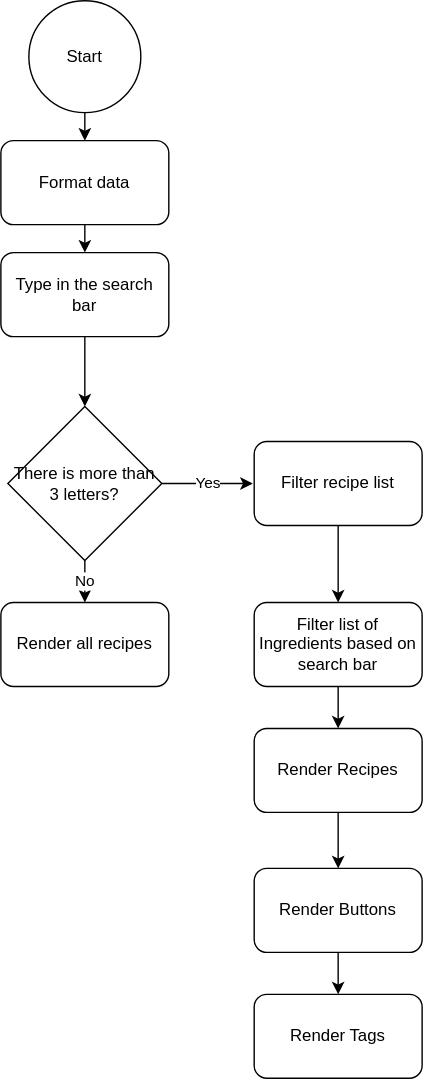
Before: diagramme.drawio.svg, a diagram exported from draw.io (pvianap/P11-front-end-search-engine). Source tidied: cells renumbered, new cells last; positions are measured from the earlier drawing's top-left corner, leaving out a move shared by most shapes.
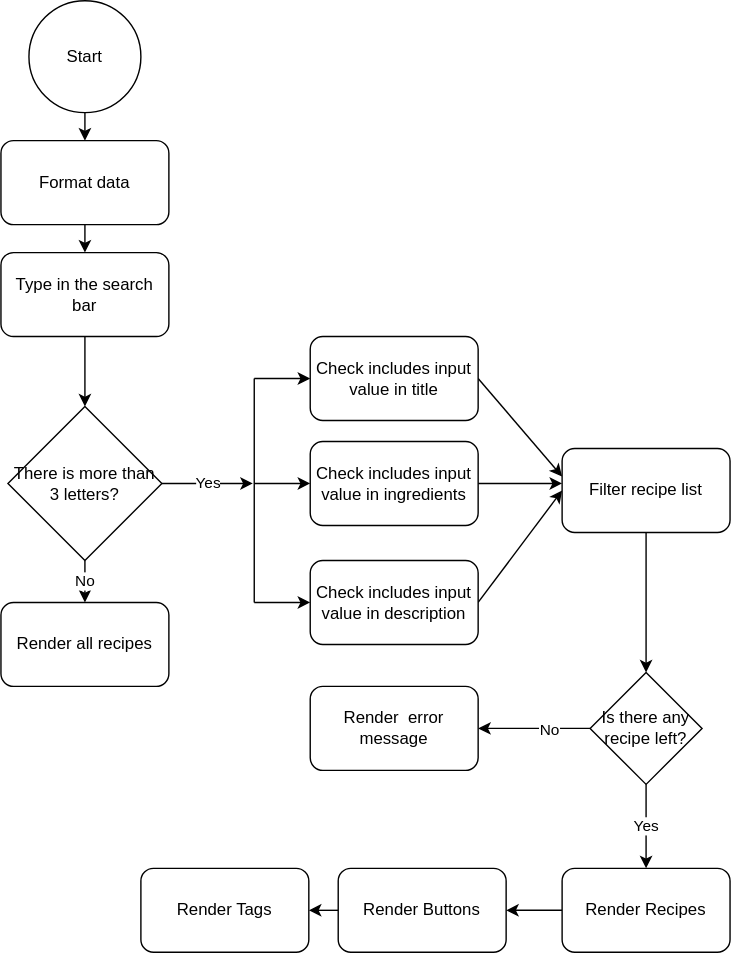
After the commit.

Change to the diagram source:
```diff
@@ -25,32 +25,26 @@
     <mxCell id="8" value="There is more than 3 letters?" style="rhombus;whiteSpace=wrap;html=1;" parent="1" vertex="1">
       <mxGeometry x="5" y="290" width="110" height="110" as="geometry" />
     </mxCell>
-    <mxCell id="9" style="edgeStyle=none;html=1;exitX=0.5;exitY=1;exitDx=0;exitDy=0;entryX=0.5;entryY=0;entryDx=0;entryDy=0;" parent="1" edge="1" source="10" target="12">
+    <mxCell id="9" style="edgeStyle=none;html=1;exitX=0.5;exitY=1;exitDx=0;exitDy=0;entryX=0.5;entryY=0;entryDx=0;entryDy=0;" parent="1" edge="1" source="10" target="34">
       <mxGeometry relative="1" as="geometry" />
     </mxCell>
     <mxCell id="10" value="Filter recipe list" style="rounded=1;whiteSpace=wrap;html=1;" parent="1" vertex="1">
-      <mxGeometry x="181" y="315" width="120" height="60" as="geometry" />
+      <mxGeometry x="401" y="320" width="120" height="60" as="geometry" />
     </mxCell>
-    <mxCell id="11" style="edgeStyle=none;html=1;exitX=0.5;exitY=1;exitDx=0;exitDy=0;entryX=0.5;entryY=0;entryDx=0;entryDy=0;" parent="1" edge="1" source="12" target="14">
-      <mxGeometry relative="1" as="geometry" />
-    </mxCell>
-    <mxCell id="12" value="Filter list of Ingredients based on search bar" style="rounded=1;whiteSpace=wrap;html=1;" parent="1" vertex="1">
-      <mxGeometry x="181" y="430" width="120" height="60" as="geometry" />
-    </mxCell>
-    <mxCell id="13" style="edgeStyle=orthogonalEdgeStyle;rounded=1;html=1;exitX=0.5;exitY=1;exitDx=0;exitDy=0;entryX=0.5;entryY=0;entryDx=0;entryDy=0;" parent="1" edge="1" source="14" target="16">
+    <mxCell id="13" style="edgeStyle=none;html=1;exitX=0;exitY=0.5;exitDx=0;exitDy=0;entryX=1;entryY=0.5;entryDx=0;entryDy=0;endArrow=classic;endFill=1;" parent="1" edge="1" source="14" target="16">
       <mxGeometry relative="1" as="geometry" />
     </mxCell>
     <mxCell id="14" value="Render Recipes" style="rounded=1;whiteSpace=wrap;html=1;" parent="1" vertex="1">
-      <mxGeometry x="181" y="520" width="120" height="60" as="geometry" />
+      <mxGeometry x="401" y="620" width="120" height="60" as="geometry" />
     </mxCell>
-    <mxCell id="15" style="edgeStyle=orthogonalEdgeStyle;rounded=1;html=1;exitX=0.5;exitY=1;exitDx=0;exitDy=0;entryX=0.5;entryY=0;entryDx=0;entryDy=0;" parent="1" edge="1" source="16" target="17">
+    <mxCell id="15" style="edgeStyle=none;html=1;exitX=0;exitY=0.5;exitDx=0;exitDy=0;endArrow=classic;endFill=1;" parent="1" edge="1" source="16" target="17">
       <mxGeometry relative="1" as="geometry" />
     </mxCell>
     <mxCell id="16" value="Render Buttons" style="rounded=1;whiteSpace=wrap;html=1;" parent="1" vertex="1">
-      <mxGeometry x="181" y="620" width="120" height="60" as="geometry" />
+      <mxGeometry x="241" y="620" width="120" height="60" as="geometry" />
     </mxCell>
     <mxCell id="17" value="Render Tags" style="rounded=1;whiteSpace=wrap;html=1;" parent="1" vertex="1">
-      <mxGeometry x="181" y="710" width="120" height="60" as="geometry" />
+      <mxGeometry x="100" y="620" width="120" height="60" as="geometry" />
     </mxCell>
     <mxCell id="18" value="Render all recipes" style="rounded=1;whiteSpace=wrap;html=1;" parent="1" vertex="1">
       <mxGeometry y="430" width="120" height="60" as="geometry" />
@@ -61,5 +55,63 @@
     <mxCell id="20" value="Start" style="ellipse;whiteSpace=wrap;html=1;" parent="1" vertex="1">
       <mxGeometry x="20" width="80" height="80" as="geometry" />
     </mxCell>
+    <mxCell id="21" style="edgeStyle=none;html=1;entryX=0;entryY=0.5;entryDx=0;entryDy=0;" parent="1" edge="1" target="23">
+      <mxGeometry relative="1" as="geometry">
+        <mxPoint x="181" y="270" as="sourcePoint" />
+      </mxGeometry>
+    </mxCell>
+    <mxCell id="22" style="edgeStyle=none;html=1;exitX=1;exitY=0.5;exitDx=0;exitDy=0;entryX=0;entryY=0.333;entryDx=0;entryDy=0;endArrow=classic;endFill=1;entryPerimeter=0;" parent="1" edge="1" source="23" target="10">
+      <mxGeometry relative="1" as="geometry" />
+    </mxCell>
+    <mxCell id="23" value="Check includes input value in title" style="rounded=1;whiteSpace=wrap;html=1;" parent="1" vertex="1">
+      <mxGeometry x="221" y="240" width="120" height="60" as="geometry" />
+    </mxCell>
+    <mxCell id="24" style="edgeStyle=none;html=1;endArrow=classic;endFill=1;entryX=0;entryY=0.5;entryDx=0;entryDy=0;" parent="1" edge="1" target="26">
+      <mxGeometry relative="1" as="geometry">
+        <mxPoint x="181" y="345" as="sourcePoint" />
+      </mxGeometry>
+    </mxCell>
+    <mxCell id="25" style="edgeStyle=none;html=1;exitX=1;exitY=0.5;exitDx=0;exitDy=0;endArrow=classic;endFill=1;" parent="1" edge="1" source="26">
+      <mxGeometry relative="1" as="geometry">
+        <mxPoint x="401" y="345" as="targetPoint" />
+      </mxGeometry>
+    </mxCell>
+    <mxCell id="26" value="&lt;span&gt;Check includes input value in ingredients&lt;/span&gt;" style="rounded=1;whiteSpace=wrap;html=1;" parent="1" vertex="1">
+      <mxGeometry x="221" y="315" width="120" height="60" as="geometry" />
+    </mxCell>
+    <mxCell id="27" style="edgeStyle=none;html=1;endArrow=classic;endFill=1;entryX=0;entryY=0.5;entryDx=0;entryDy=0;" parent="1" edge="1" target="29">
+      <mxGeometry relative="1" as="geometry">
+        <mxPoint x="181" y="430" as="sourcePoint" />
+      </mxGeometry>
+    </mxCell>
+    <mxCell id="28" style="edgeStyle=none;html=1;exitX=1;exitY=0.5;exitDx=0;exitDy=0;entryX=0;entryY=0.5;entryDx=0;entryDy=0;endArrow=classic;endFill=1;" parent="1" edge="1" source="29" target="10">
+      <mxGeometry relative="1" as="geometry" />
+    </mxCell>
+    <mxCell id="29" value="&lt;span&gt;Check includes input value in description&lt;/span&gt;" style="rounded=1;whiteSpace=wrap;html=1;" parent="1" vertex="1">
+      <mxGeometry x="221" y="400" width="120" height="60" as="geometry" />
+    </mxCell>
+    <mxCell id="30" style="endArrow=none;html=1;" parent="1" edge="1">
+      <mxGeometry relative="1" as="geometry">
+        <mxPoint x="181" y="430" as="sourcePoint" />
+        <mxPoint x="181" y="270" as="targetPoint" />
+      </mxGeometry>
+    </mxCell>
+    <mxCell id="31" value="Yes" style="edgeStyle=none;html=1;exitX=0.5;exitY=1;exitDx=0;exitDy=0;endArrow=classic;endFill=1;entryX=0.5;entryY=0;entryDx=0;entryDy=0;" parent="1" edge="1" source="34" target="14">
+      <mxGeometry relative="1" as="geometry" />
+    </mxCell>
+    <mxCell id="32" style="edgeStyle=none;html=1;exitX=0;exitY=0.5;exitDx=0;exitDy=0;entryX=1;entryY=0.5;entryDx=0;entryDy=0;endArrow=classic;endFill=1;" parent="1" edge="1" source="34" target="35">
+      <mxGeometry relative="1" as="geometry" />
+    </mxCell>
+    <mxCell id="33" value="No" style="edgeLabel;html=1;align=center;verticalAlign=middle;" parent="32" vertex="1">
+      <mxGeometry x="-0.5" y="1" relative="1" as="geometry">
+        <mxPoint x="-10" y="-1" as="offset" />
+      </mxGeometry>
+    </mxCell>
+    <mxCell id="34" value="Is there any recipe left?" style="rhombus;whiteSpace=wrap;html=1;" parent="1" vertex="1">
+      <mxGeometry x="421" y="480" width="80" height="80" as="geometry" />
+    </mxCell>
+    <mxCell id="35" value="Render&amp;nbsp; error message" style="rounded=1;whiteSpace=wrap;html=1;" parent="1" vertex="1">
+      <mxGeometry x="221" y="490" width="120" height="60" as="geometry" />
+    </mxCell>
   </root>
 </mxGraphModel>
```
